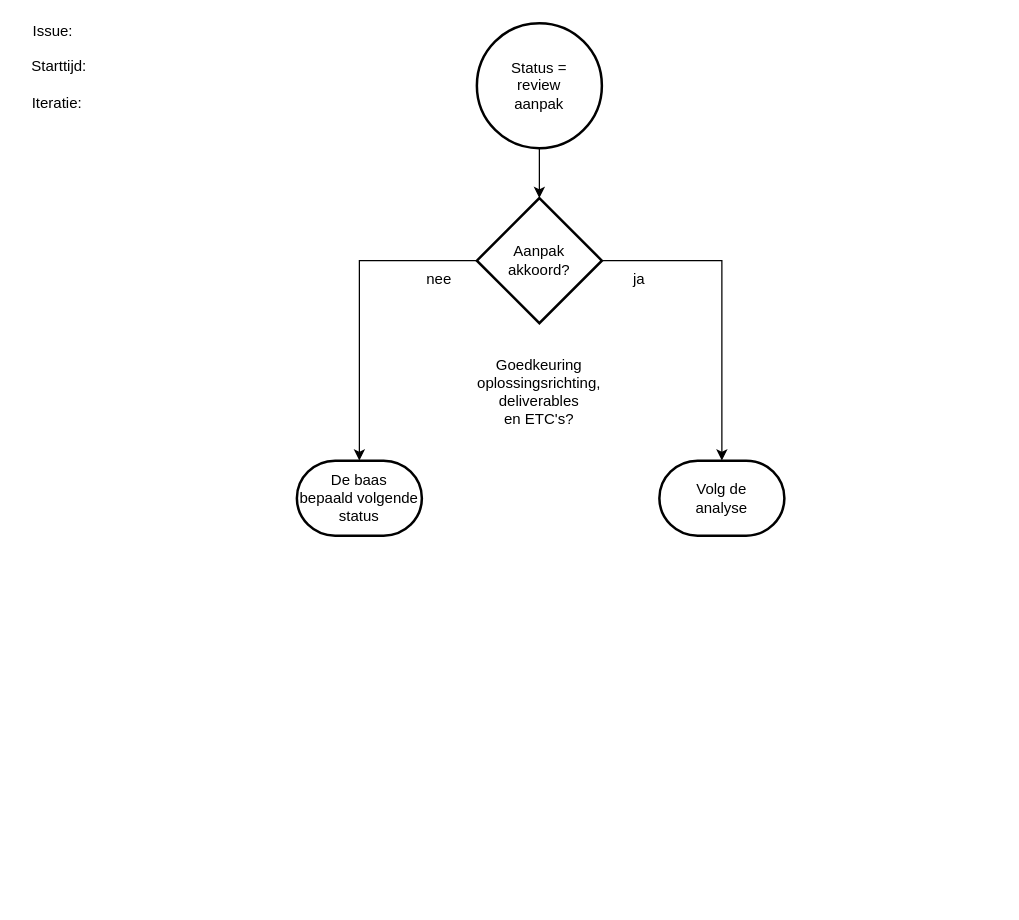
Zaibatsu89/IssueTracker keeps this draw.io diagram as 2 Issue Tracker review aanpak.drawio. Above is the earlier version. Source tidied: cells renumbered, new cells numbered last; positions are measured from the earlier drawing's top-left corner, leaving out a move shared by most shapes. Both pictures are drawn from the tidied source at 125%, with x=0, y=0 at pixel (21, 22).
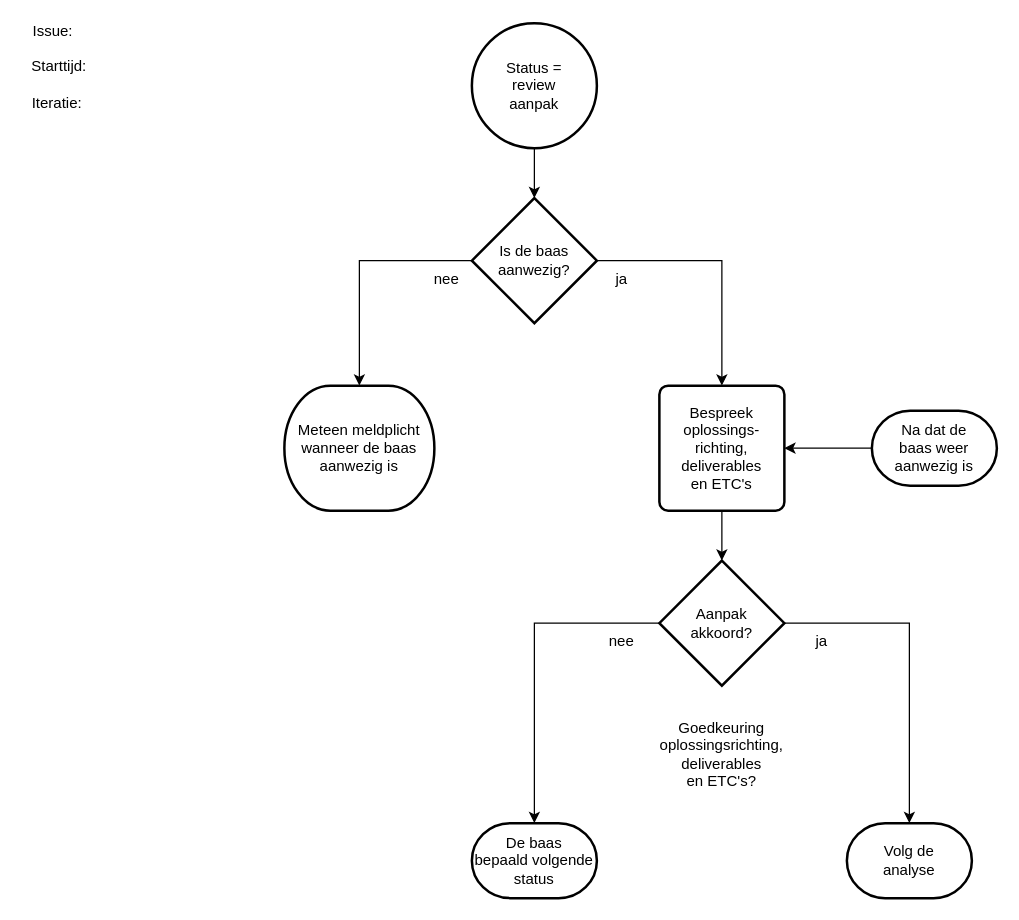
The same page after the edit.

Commit message:
voeg "Is de baas aanwezig?" toe aan flowchart review aanpak

Diff of the diagram source:
```diff
@@
     <mxCell id="2" value="Status =&lt;br&gt;review&lt;br&gt;aanpak" style="strokeWidth=2;html=1;shape=mxgraph.flowchart.start_2;whiteSpace=wrap;" parent="1" vertex="1">
-      <mxGeometry x="364" width="100" height="100" as="geometry" />
+      <mxGeometry x="360" width="100" height="100" as="geometry" />
     </mxCell>
     <mxCell id="3" value="Aanpak&lt;br&gt;akkoord?" style="strokeWidth=2;html=1;shape=mxgraph.flowchart.decision;whiteSpace=wrap;" parent="1" vertex="1">
-      <mxGeometry x="364" y="140" width="100" height="100" as="geometry" />
+      <mxGeometry x="510" y="430" width="100" height="100" as="geometry" />
     </mxCell>
     <mxCell id="4" value="ja" style="text;html=1;whiteSpace=wrap;strokeColor=none;fillColor=none;align=center;verticalAlign=middle;rounded=0;" parent="1" vertex="1">
-      <mxGeometry x="464" y="190" width="60" height="30" as="geometry" />
+      <mxGeometry x="610" y="480" width="60" height="30" as="geometry" />
     </mxCell>
     <mxCell id="5" value="De baas&lt;br&gt;bepaald volgende&lt;br&gt;status" style="strokeWidth=2;html=1;shape=mxgraph.flowchart.terminator;whiteSpace=wrap;" parent="1" vertex="1">
-      <mxGeometry x="220" y="350" width="100" height="60" as="geometry" />
+      <mxGeometry x="360" y="640" width="100" height="60" as="geometry" />
     </mxCell>
     <mxCell id="6" value="nee" style="text;html=1;whiteSpace=wrap;strokeColor=none;fillColor=none;align=center;verticalAlign=middle;rounded=0;" parent="1" vertex="1">
-      <mxGeometry x="304" y="190" width="60" height="30" as="geometry" />
+      <mxGeometry x="450" y="480" width="60" height="30" as="geometry" />
     </mxCell>
     <mxCell id="7" value="Volg de&lt;br&gt;analyse" style="strokeWidth=2;html=1;shape=mxgraph.flowchart.terminator;whiteSpace=wrap;" parent="1" vertex="1">
-      <mxGeometry x="510" y="350" width="100" height="60" as="geometry" />
+      <mxGeometry x="660" y="640" width="100" height="60" as="geometry" />
     </mxCell>
     <mxCell id="8" value="Goedkeuring&lt;br&gt;oplossingsrichting,&lt;br&gt;deliverables&lt;br&gt;en ETC's?" style="text;html=1;whiteSpace=wrap;strokeColor=none;fillColor=none;align=center;verticalAlign=middle;rounded=0;" parent="1" vertex="1">
-      <mxGeometry x="384" y="280" width="60" height="30" as="geometry" />
+      <mxGeometry x="530" y="570" width="60" height="30" as="geometry" />
     </mxCell>
@@
-    <mxCell id="12" style="edgeStyle=orthogonalEdgeStyle;rounded=0;jettySize=auto;html=1;exitX=0.5;exitY=1;exitDx=0;exitDy=0;exitPerimeter=0;entryX=0.5;entryY=0;entryDx=0;entryDy=0;entryPerimeter=0;" parent="1" edge="1" source="2" target="3">
-      <mxGeometry relative="1" as="geometry" />
-    </mxCell>
+    <mxCell id="13" value="Is de baas&lt;br&gt;aanwezig?" style="strokeWidth=2;html=1;shape=mxgraph.flowchart.decision;whiteSpace=wrap;" parent="1" vertex="1">
+      <mxGeometry x="360" y="140" width="100" height="100" as="geometry" />
+    </mxCell>
+    <mxCell id="14" value="ja" style="text;html=1;whiteSpace=wrap;strokeColor=none;fillColor=none;align=center;verticalAlign=middle;rounded=0;" parent="1" vertex="1">
+      <mxGeometry x="450" y="190" width="60" height="30" as="geometry" />
+    </mxCell>
+    <mxCell id="15" value="Meteen meldplicht&lt;br&gt;wanneer de baas&lt;br&gt;aanwezig is" style="strokeWidth=2;html=1;shape=mxgraph.flowchart.terminator;whiteSpace=wrap;" parent="1" vertex="1">
+      <mxGeometry x="210" y="290" width="120" height="100" as="geometry" />
+    </mxCell>
+    <mxCell id="16" value="nee" style="text;html=1;whiteSpace=wrap;strokeColor=none;fillColor=none;align=center;verticalAlign=middle;rounded=0;" parent="1" vertex="1">
+      <mxGeometry x="310" y="190" width="60" height="30" as="geometry" />
+    </mxCell>
+    <mxCell id="17" style="edgeStyle=orthogonalEdgeStyle;rounded=0;jettySize=auto;html=1;exitX=0;exitY=0.5;exitDx=0;exitDy=0;exitPerimeter=0;entryX=0.5;entryY=0;entryDx=0;entryDy=0;entryPerimeter=0;" parent="1" edge="1" source="13" target="15">
+      <mxGeometry relative="1" as="geometry" />
+    </mxCell>
+    <mxCell id="18" style="edgeStyle=orthogonalEdgeStyle;rounded=0;jettySize=auto;html=1;exitX=1;exitY=0.5;exitDx=0;exitDy=0;exitPerimeter=0;entryX=0.5;entryY=0;entryDx=0;entryDy=0;entryPerimeter=0;" parent="1" edge="1" source="13" target="21">
+      <mxGeometry relative="1" as="geometry" />
+    </mxCell>
+    <mxCell id="19" style="edgeStyle=orthogonalEdgeStyle;rounded=0;jettySize=auto;html=1;entryX=1;entryY=0.5;entryDx=0;entryDy=0;" parent="1" edge="1" source="20" target="21">
+      <mxGeometry relative="1" as="geometry" />
+    </mxCell>
+    <mxCell id="20" value="Na dat de&lt;br&gt;baas weer&lt;br&gt;aanwezig is" style="strokeWidth=2;html=1;shape=mxgraph.flowchart.terminator;whiteSpace=wrap;" parent="1" vertex="1">
+      <mxGeometry x="680" y="310" width="100" height="60" as="geometry" />
+    </mxCell>
+    <mxCell id="21" value="Bespreek&lt;br&gt;oplossings-richting,&lt;br&gt;deliverables&lt;br&gt;en ETC's" style="rounded=1;whiteSpace=wrap;html=1;absoluteArcSize=1;arcSize=14;strokeWidth=2;" parent="1" vertex="1">
+      <mxGeometry x="510" y="290" width="100" height="100" as="geometry" />
+    </mxCell>
+    <mxCell id="22" style="edgeStyle=orthogonalEdgeStyle;rounded=0;jettySize=auto;html=1;exitX=0.5;exitY=1;exitDx=0;exitDy=0;exitPerimeter=0;entryX=0.5;entryY=0;entryDx=0;entryDy=0;entryPerimeter=0;" parent="1" edge="1" source="2" target="13">
+      <mxGeometry relative="1" as="geometry" />
+    </mxCell>
+    <mxCell id="23" style="edgeStyle=orthogonalEdgeStyle;rounded=0;jettySize=auto;html=1;exitX=0.5;exitY=1;exitDx=0;exitDy=0;entryX=0.5;entryY=0;entryDx=0;entryDy=0;entryPerimeter=0;" parent="1" edge="1" source="21" target="3">
+      <mxGeometry relative="1" as="geometry" />
+    </mxCell>
```
